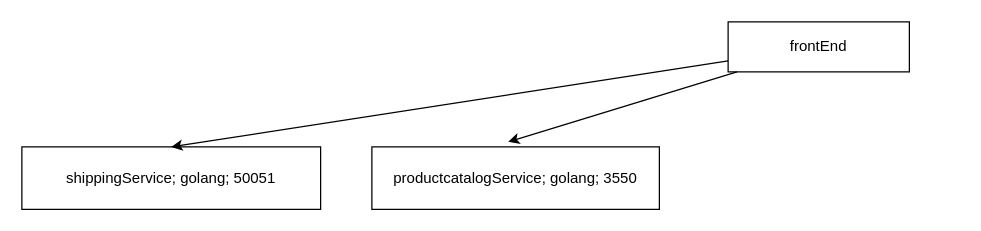
Earlier version of the draw.io diagram arch.dio (sandeshbnataraj/microservices-devops-playground). Source tidied: cells renumbered, new cells numbered last; positions are measured from the earlier drawing's top-left corner, leaving out a move shared by most shapes. Both pictures are drawn from the tidied source at 125%, with x=0, y=0 at pixel (21, 21).
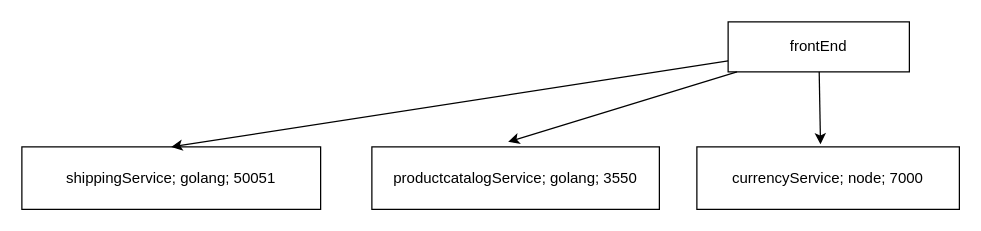
The same diagram, later.

Commit message (it also covers changes not shown here):
recommendation playground python

What changed in the source:
```diff
@@
 <mxGraphModel>
   <root>
     <mxCell id="0" />
     <mxCell id="1" parent="0" />
     <mxCell id="2" value="shippingService; golang; 50051" style="rounded=0;whiteSpace=wrap;html=1;" parent="1" vertex="1">
       <mxGeometry y="100" width="239" height="50" as="geometry" />
     </mxCell>
     <mxCell id="3" style="edgeStyle=none;html=1;entryX=0.5;entryY=0;entryDx=0;entryDy=0;" parent="1" edge="1" source="4" target="2">
       <mxGeometry relative="1" as="geometry" />
     </mxCell>
     <mxCell id="4" value="frontEnd" style="rounded=0;whiteSpace=wrap;html=1;" parent="1" vertex="1">
       <mxGeometry x="565" width="145" height="40" as="geometry" />
     </mxCell>
     <mxCell id="5" value="productcatalogService; golang; 3550" style="rounded=0;whiteSpace=wrap;html=1;" parent="1" vertex="1">
       <mxGeometry x="280" y="100" width="230" height="50" as="geometry" />
     </mxCell>
     <mxCell id="6" style="edgeStyle=none;html=1;entryX=0.474;entryY=-0.08;entryDx=0;entryDy=0;entryPerimeter=0;" parent="1" edge="1" source="4" target="5">
       <mxGeometry relative="1" as="geometry" />
     </mxCell>
+    <mxCell id="7" value="currencyService; node; 7000" style="rounded=0;whiteSpace=wrap;html=1;" parent="1" vertex="1">
+      <mxGeometry x="540" y="100" width="210" height="50" as="geometry" />
+    </mxCell>
+    <mxCell id="8" style="edgeStyle=none;html=1;entryX=0.471;entryY=-0.04;entryDx=0;entryDy=0;entryPerimeter=0;" parent="1" edge="1" source="4" target="7">
+      <mxGeometry relative="1" as="geometry" />
+    </mxCell>
   </root>
 </mxGraphModel>
```
